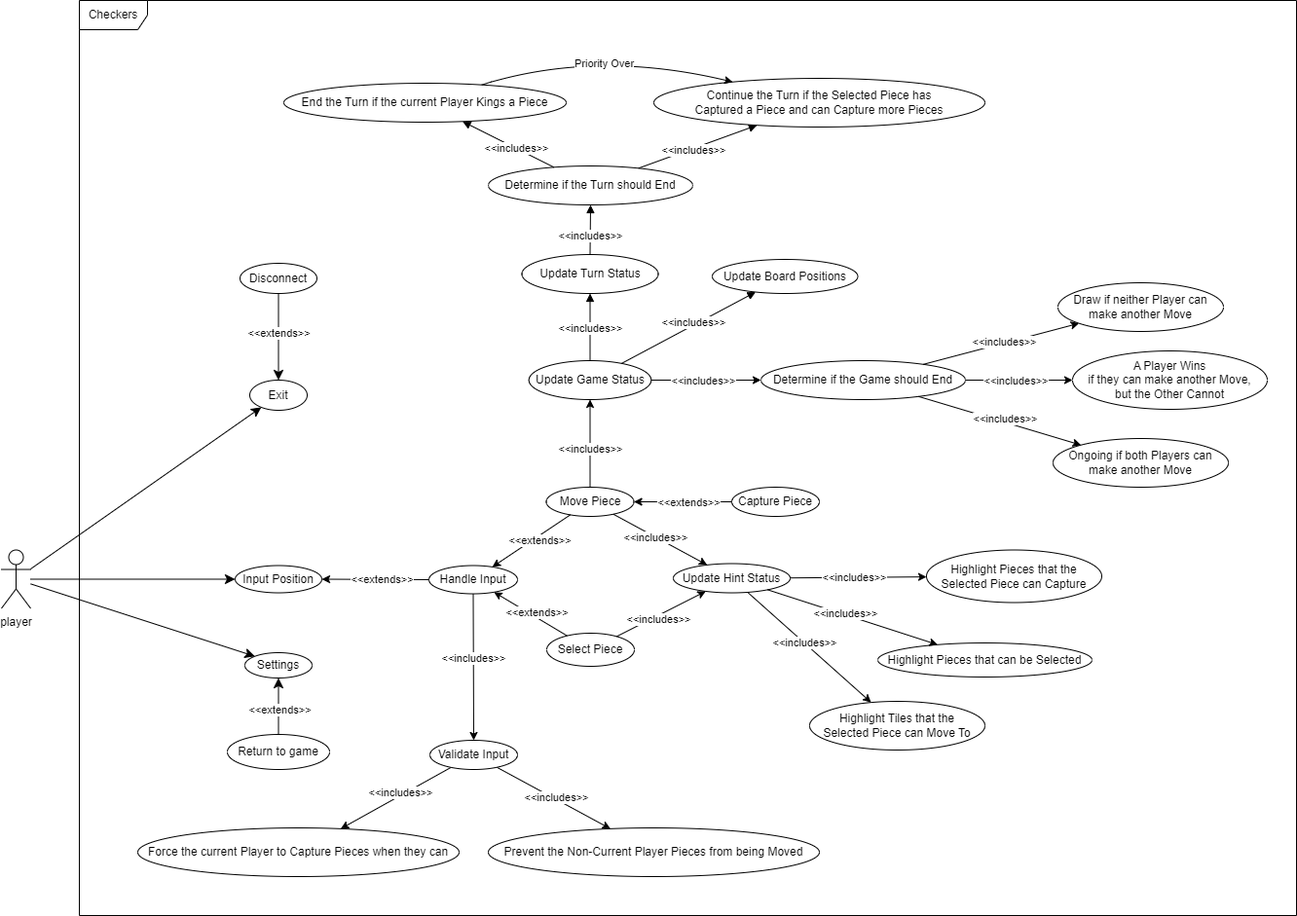
This is Use_Case_Checkers.drawio.png from illiteratewaffle/RetroArcade, a draw.io export, as it was before one commit. Source tidied: cells renumbered, new cells last; positions are measured from the earlier drawing's top-left corner, leaving out a move shared by most shapes.
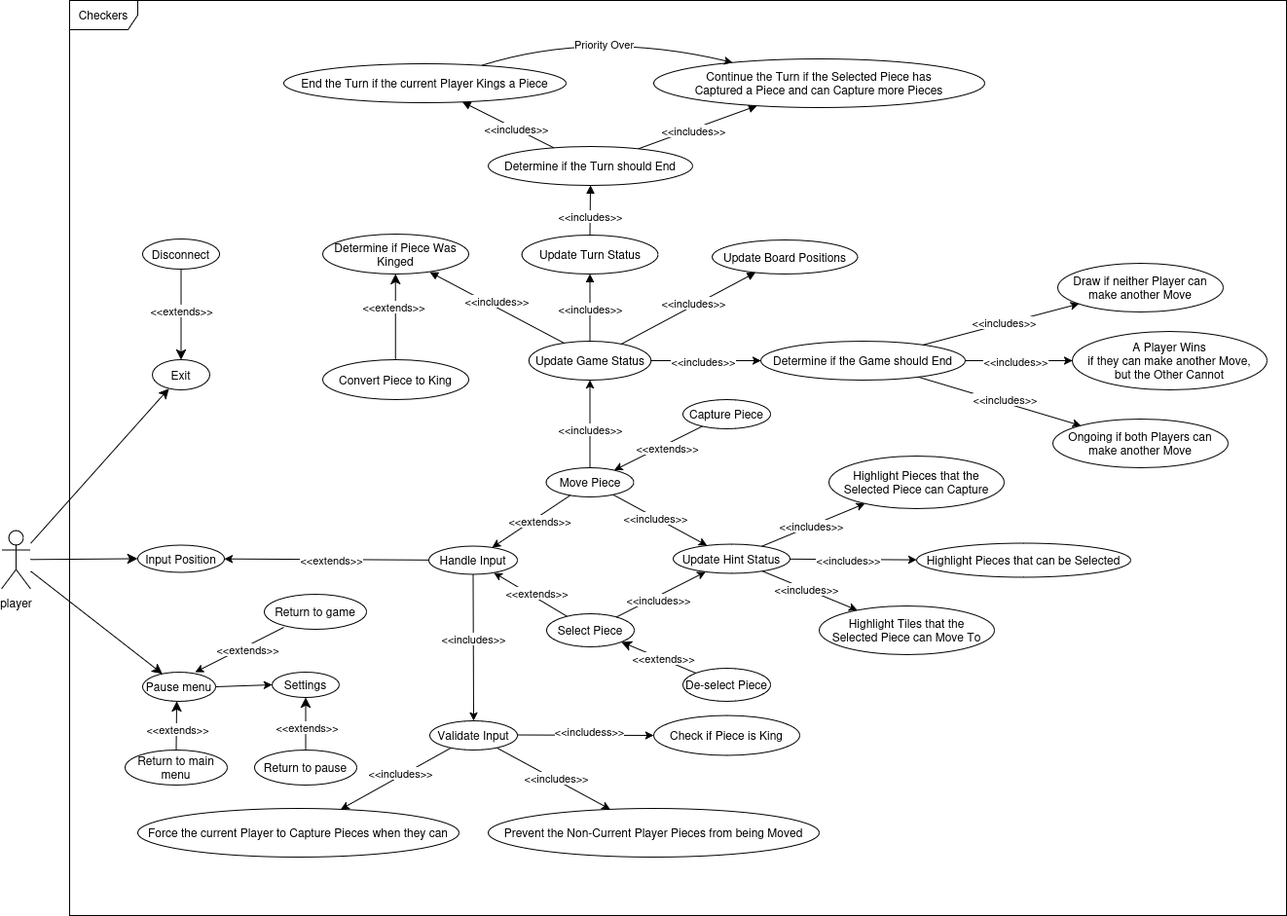
The same diagram one commit later.

Commit message:
Added pause menu interactions, king logic, and input validation.

What changed in the source:
```diff
@@ -3,13 +3,13 @@
     <mxCell id="0" />
     <mxCell id="1" parent="0" />
     <mxCell id="2" value="Exit" style="ellipse;whiteSpace=wrap;html=1;" parent="1" vertex="1">
-      <mxGeometry x="255" y="390" width="59" height="31" as="geometry" />
+      <mxGeometry x="155" y="389" width="59" height="31" as="geometry" />
     </mxCell>
     <mxCell id="3" value="player" style="shape=umlActor;verticalLabelPosition=bottom;verticalAlign=top;html=1;outlineConnect=0;" parent="1" vertex="1">
       <mxGeometry y="564.5" width="30" height="60" as="geometry" />
     </mxCell>
     <mxCell id="4" value="Disconnect" style="ellipse;whiteSpace=wrap;html=1;" parent="1" vertex="1">
-      <mxGeometry x="245" y="270" width="79" height="31" as="geometry" />
+      <mxGeometry x="145" y="265" width="79" height="31" as="geometry" />
     </mxCell>
     <mxCell id="5" style="endArrow=classic;html=1;rounded=0;fontSize=12;startSize=8;endSize=8;curved=1;" parent="1" edge="1" source="4" target="2">
       <mxGeometry relative="1" as="geometry" />
@@ -23,7 +23,7 @@
       <mxGeometry relative="1" as="geometry" />
     </mxCell>
     <mxCell id="8" value="Input Position" style="ellipse;whiteSpace=wrap;html=1;" parent="1" vertex="1">
-      <mxGeometry x="240" y="580.5" width="89" height="28" as="geometry" />
+      <mxGeometry x="140" y="579.5" width="89" height="28" as="geometry" />
     </mxCell>
     <mxCell id="9" style="endArrow=classic;html=1;rounded=0;fontSize=12;startSize=8;endSize=8;curved=1;entryX=0;entryY=0.5;entryDx=0;entryDy=0;" parent="1" edge="1" source="3" target="8">
       <mxGeometry relative="1" as="geometry" />
@@ -34,14 +34,14 @@
     <mxCell id="11" value="Handle Input" style="ellipse;whiteSpace=wrap;html=1;" parent="1" vertex="1">
       <mxGeometry x="439" y="580.5" width="91" height="29" as="geometry" />
     </mxCell>
-    <mxCell id="12" style="endArrow=classic;html=1;rounded=0;fontSize=12;startSize=8;endSize=8;curved=1;entryX=0;entryY=0;entryDx=0;entryDy=0;" parent="1" edge="1" source="3" target="13">
+    <mxCell id="12" style="endArrow=classic;html=1;rounded=0;fontSize=12;startSize=8;endSize=8;curved=1;" parent="1" edge="1" source="3" target="83">
       <mxGeometry relative="1" as="geometry" />
     </mxCell>
     <mxCell id="13" value="Settings" style="ellipse;whiteSpace=wrap;html=1;" parent="1" vertex="1">
-      <mxGeometry x="250" y="670" width="69" height="26" as="geometry" />
+      <mxGeometry x="278" y="710" width="69" height="26" as="geometry" />
     </mxCell>
     <mxCell id="14" value="Capture Piece" style="ellipse;whiteSpace=wrap;html=1;" parent="1" vertex="1">
-      <mxGeometry x="750" y="500" width="90" height="30" as="geometry" />
+      <mxGeometry x="700" y="430" width="90" height="30" as="geometry" />
     </mxCell>
     <mxCell id="15" style="endArrow=classic;html=1;rounded=0;fontSize=12;startSize=8;endSize=8;curved=1;" parent="1" edge="1" source="17" target="13">
       <mxGeometry relative="1" as="geometry" />
@@ -49,8 +49,8 @@
     <mxCell id="16" value="&amp;lt;&amp;lt;extends&amp;gt;&amp;gt;" style="edgeLabel;html=1;align=center;verticalAlign=middle;" parent="15" vertex="1">
       <mxGeometry x="-0.11" y="-1" relative="1" as="geometry" />
     </mxCell>
-    <mxCell id="17" value="Return to game" style="ellipse;whiteSpace=wrap;html=1;" parent="1" vertex="1">
-      <mxGeometry x="232" y="754" width="105" height="36" as="geometry" />
+    <mxCell id="17" value="Return to pause" style="ellipse;whiteSpace=wrap;html=1;" parent="1" vertex="1">
+      <mxGeometry x="260" y="790" width="105" height="36" as="geometry" />
     </mxCell>
     <mxCell id="18" value="Update Game Status" style="ellipse;whiteSpace=wrap;html=1;" parent="1" vertex="1">
       <mxGeometry x="541.8" y="370" width="125.5" height="40" as="geometry" />
@@ -166,7 +166,7 @@
     </mxCell>
     <mxCell id="50" value="&amp;lt;&amp;lt;extends&amp;gt;&amp;gt;" style="edgeLabel;html=1;align=center;verticalAlign=middle;" parent="49" vertex="1">
       <mxGeometry x="0.21" y="4" relative="1" as="geometry">
-        <mxPoint x="16" y="-4" as="offset" />
+        <mxPoint x="16" y="-9" as="offset" />
       </mxGeometry>
     </mxCell>
     <mxCell id="51" value="Update Hint Status" style="ellipse;whiteSpace=wrap;html=1;" parent="1" vertex="1">
@@ -200,13 +200,13 @@
       </mxGeometry>
     </mxCell>
     <mxCell id="59" value="Highlight Pieces that can be Selected" style="ellipse;whiteSpace=wrap;html=1;" parent="1" vertex="1">
-      <mxGeometry x="900" y="660" width="220" height="35" as="geometry" />
+      <mxGeometry x="940" y="577.5" width="220" height="35" as="geometry" />
     </mxCell>
     <mxCell id="60" value="Highlight Pieces that the&lt;div&gt;Selected Piece can Capture&lt;/div&gt;" style="ellipse;whiteSpace=wrap;html=1;" parent="1" vertex="1">
-      <mxGeometry x="950" y="564.5" width="180" height="54" as="geometry" />
+      <mxGeometry x="850" y="488" width="180" height="54" as="geometry" />
     </mxCell>
     <mxCell id="61" value="Highlight Tiles that the&lt;div&gt;Selected Piece can Move To&lt;/div&gt;" style="ellipse;whiteSpace=wrap;html=1;" parent="1" vertex="1">
-      <mxGeometry x="830" y="720" width="180" height="50" as="geometry" />
+      <mxGeometry x="840" y="642" width="180" height="50" as="geometry" />
     </mxCell>
     <mxCell id="62" style="endArrow=classic;html=1;rounded=0;" parent="1" edge="1" source="51" target="59">
       <mxGeometry relative="1" as="geometry" />
@@ -281,7 +281,88 @@
       </mxGeometry>
     </mxCell>
     <mxCell id="82" value="Checkers" style="shape=umlFrame;whiteSpace=wrap;html=1;width=70;height=30;" parent="1" vertex="1">
-      <mxGeometry x="80" width="1250" height="940" as="geometry" />
+      <mxGeometry x="70" y="20" width="1250" height="940" as="geometry" />
     </mxCell>
+    <mxCell id="83" value="Pause menu" style="ellipse;whiteSpace=wrap;html=1;" parent="1" vertex="1">
+      <mxGeometry x="145" y="710" width="75" height="30" as="geometry" />
+    </mxCell>
+    <mxCell id="84" style="endArrow=classic;html=1;rounded=0;exitX=1;exitY=0.5;exitDx=0;exitDy=0;entryX=0;entryY=0.5;entryDx=0;entryDy=0;" parent="1" edge="1" source="83" target="13">
+      <mxGeometry relative="1" as="geometry" />
+    </mxCell>
+    <mxCell id="85" style="rounded=0;orthogonalLoop=1;jettySize=auto;html=1;endArrow=block;endFill=1;" parent="1" edge="1">
+      <mxGeometry relative="1" as="geometry">
+        <mxPoint x="578" y="372" as="sourcePoint" />
+        <mxPoint x="440" y="299" as="targetPoint" />
+      </mxGeometry>
+    </mxCell>
+    <mxCell id="86" value="&amp;lt;&amp;lt;includes&amp;gt;&amp;gt;" style="edgeLabel;html=1;align=center;verticalAlign=middle;" parent="85" vertex="1">
+      <mxGeometry x="0.04" y="-1" relative="1" as="geometry">
+        <mxPoint x="2" y="-5" as="offset" />
+      </mxGeometry>
+    </mxCell>
+    <mxCell id="87" value="Determine if Piece Was Kinged" style="ellipse;whiteSpace=wrap;html=1;" parent="1" vertex="1">
+      <mxGeometry x="330" y="260" width="150" height="41" as="geometry" />
+    </mxCell>
+    <mxCell id="88" style="endArrow=classic;html=1;rounded=0;fontSize=12;startSize=8;endSize=8;curved=1;" parent="1" edge="1">
+      <mxGeometry relative="1" as="geometry">
+        <mxPoint x="404.7" y="394" as="sourcePoint" />
+        <mxPoint x="404.7" y="301" as="targetPoint" />
+      </mxGeometry>
+    </mxCell>
+    <mxCell id="89" value="&amp;lt;&amp;lt;extends&amp;gt;&amp;gt;" style="edgeLabel;html=1;align=center;verticalAlign=middle;" parent="88" vertex="1">
+      <mxGeometry x="0.1" y="1" relative="1" as="geometry">
+        <mxPoint x="-1" y="-9" as="offset" />
+      </mxGeometry>
+    </mxCell>
+    <mxCell id="90" value="Convert Piece to King" style="ellipse;whiteSpace=wrap;html=1;" parent="1" vertex="1">
+      <mxGeometry x="330" y="389" width="150" height="41" as="geometry" />
+    </mxCell>
+    <mxCell id="91" style="endArrow=classic;html=1;rounded=0;fontSize=12;startSize=8;endSize=8;curved=1;" parent="1" edge="1" source="93">
+      <mxGeometry relative="1" as="geometry">
+        <mxPoint x="180" y="740" as="targetPoint" />
+      </mxGeometry>
+    </mxCell>
+    <mxCell id="92" value="&amp;lt;&amp;lt;extends&amp;gt;&amp;gt;" style="edgeLabel;html=1;align=center;verticalAlign=middle;" parent="91" vertex="1">
+      <mxGeometry x="-0.11" y="-1" relative="1" as="geometry" />
+    </mxCell>
+    <mxCell id="93" value="Return to main menu" style="ellipse;whiteSpace=wrap;html=1;" parent="1" vertex="1">
+      <mxGeometry x="127" y="790" width="105" height="36" as="geometry" />
+    </mxCell>
+    <mxCell id="94" style="endArrow=classic;html=1;rounded=0;fontSize=12;startSize=8;endSize=8;curved=1;exitX=0;exitY=0;exitDx=0;exitDy=0;entryX=1;entryY=1;entryDx=0;entryDy=0;" parent="1" edge="1" source="96" target="54">
+      <mxGeometry relative="1" as="geometry" />
+    </mxCell>
+    <mxCell id="95" value="&amp;lt;&amp;lt;extends&amp;gt;&amp;gt;" style="edgeLabel;html=1;align=center;verticalAlign=middle;" parent="94" vertex="1">
+      <mxGeometry x="-0.11" y="-1" relative="1" as="geometry" />
+    </mxCell>
+    <mxCell id="96" value="De-select Piece" style="ellipse;whiteSpace=wrap;html=1;" parent="1" vertex="1">
+      <mxGeometry x="700" y="706" width="90" height="34" as="geometry" />
+    </mxCell>
+    <mxCell id="97" style="endArrow=classic;html=1;rounded=0;entryX=0;entryY=0.5;entryDx=0;entryDy=0;" parent="1" edge="1" target="99">
+      <mxGeometry relative="1" as="geometry">
+        <mxPoint x="530" y="774.5" as="sourcePoint" />
+      </mxGeometry>
+    </mxCell>
+    <mxCell id="98" value="&amp;lt;&amp;lt;includess&amp;gt;&amp;gt;" style="edgeLabel;html=1;align=center;verticalAlign=middle;" parent="97" vertex="1">
+      <mxGeometry x="0.21" y="4" relative="1" as="geometry">
+        <mxPoint x="-12" as="offset" />
+      </mxGeometry>
+    </mxCell>
+    <mxCell id="99" value="Check if Piece is King" style="ellipse;whiteSpace=wrap;html=1;" parent="1" vertex="1">
+      <mxGeometry x="670" y="754.5" width="150" height="41" as="geometry" />
+    </mxCell>
+    <mxCell id="100" value="Return to game" style="ellipse;whiteSpace=wrap;html=1;" parent="1" vertex="1">
+      <mxGeometry x="270" y="630" width="105" height="36" as="geometry" />
+    </mxCell>
+    <mxCell id="101" style="endArrow=classic;html=1;rounded=0;" parent="1" edge="1">
+      <mxGeometry relative="1" as="geometry">
+        <mxPoint x="290" y="664" as="sourcePoint" />
+        <mxPoint x="199" y="710" as="targetPoint" />
+      </mxGeometry>
+    </mxCell>
+    <mxCell id="102" value="&amp;lt;&amp;lt;extends&amp;gt;&amp;gt;" style="edgeLabel;html=1;align=center;verticalAlign=middle;" parent="101" vertex="1">
+      <mxGeometry x="0.21" y="4" relative="1" as="geometry">
+        <mxPoint x="16" y="-9" as="offset" />
+      </mxGeometry>
+    </mxCell>
   </root>
 </mxGraphModel>
```
